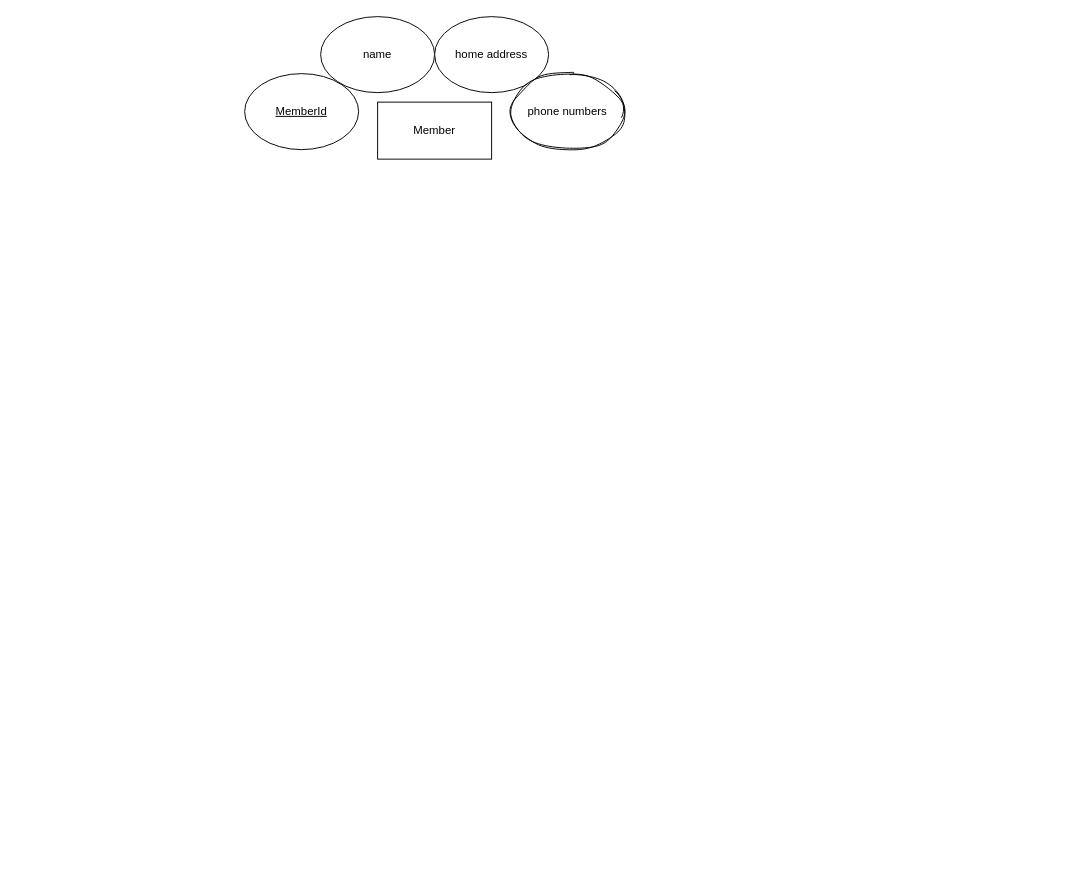
Berat02xz/FINKI-Academic-Journey keeps this draw.io diagram as Databases/Lab2.drawio. Above is the earlier version. Source tidied: cells renumbered, new cells numbered last; positions are measured from the earlier drawing's top-left corner, leaving out a move shared by most shapes. Both pictures are drawn from the tidied source at 95%, with x=0, y=0 at pixel (244, 16).
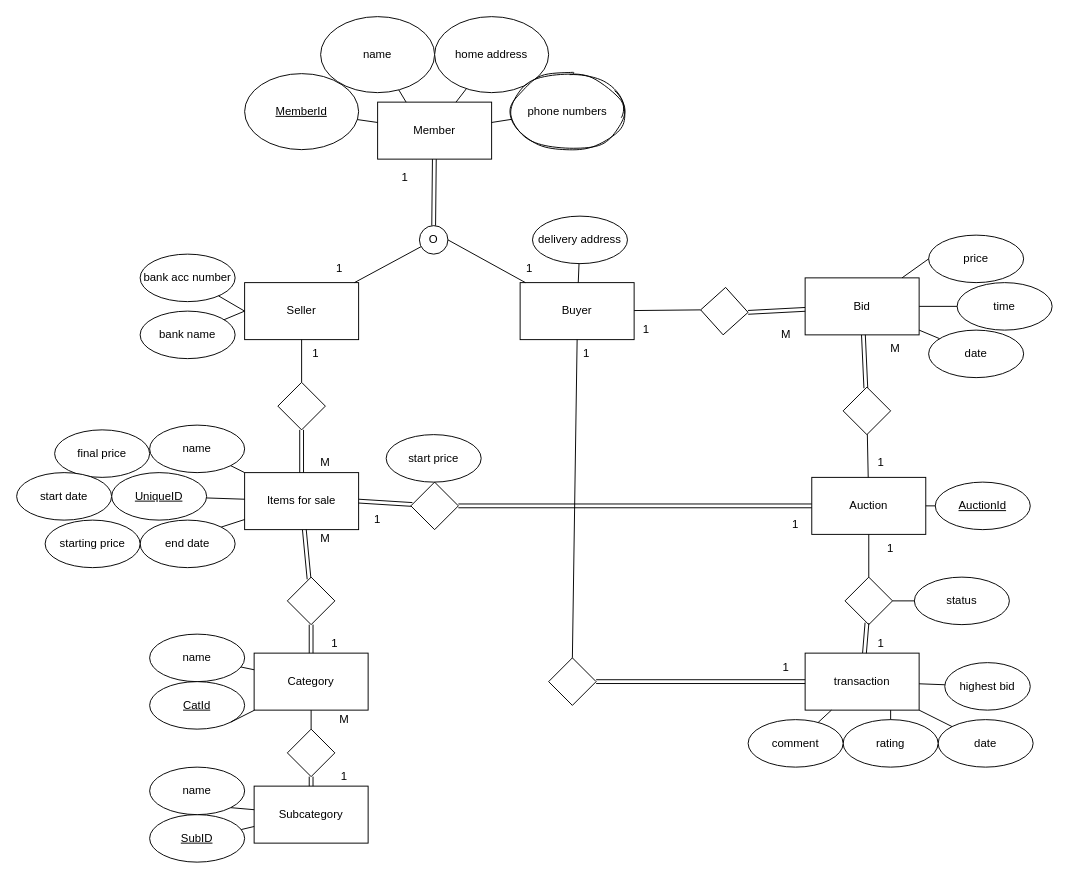
The same page after the edit.

The change refers to these unchanged cells:
```xml
<mxCell id="2" value="Member" style="rounded=0;whiteSpace=wrap;html=1;" parent="1" vertex="1">
  <mxGeometry x="140" y="90" width="120" height="60" as="geometry" />
</mxCell>
<mxCell id="3" value="MemberId" style="ellipse;whiteSpace=wrap;html=1;fontStyle=4;" parent="1" vertex="1">
  <mxGeometry y="60" width="120" height="80" as="geometry" />
</mxCell>
<mxCell id="4" value="name" style="ellipse;whiteSpace=wrap;html=1;" parent="1" vertex="1">
  <mxGeometry x="80" width="120" height="80" as="geometry" />
</mxCell>
<mxCell id="5" value="home address" style="ellipse;whiteSpace=wrap;html=1;" parent="1" vertex="1">
  <mxGeometry x="200" width="120" height="80" as="geometry" />
</mxCell>
<mxCell id="6" value="phone numbers" style="ellipse;whiteSpace=wrap;html=1;sketch=1;curveFitting=1;jiggle=2;" parent="1" vertex="1">
  <mxGeometry x="280" y="60" width="120" height="80" as="geometry" />
</mxCell>
```

Diff of the diagram source:
```diff
@@
+    <mxCell id="7" value="Seller" style="rounded=0;whiteSpace=wrap;html=1;" parent="1" vertex="1">
+      <mxGeometry y="280" width="120" height="60" as="geometry" />
+    </mxCell>
+    <mxCell id="8" value="Buyer" style="rounded=0;whiteSpace=wrap;html=1;" parent="1" vertex="1">
+      <mxGeometry x="290" y="280" width="120" height="60" as="geometry" />
+    </mxCell>
+    <mxCell id="9" style="endArrow=none;html=1;rounded=0;" parent="1" edge="1" source="7" target="10">
+      <mxGeometry relative="1" as="geometry" />
+    </mxCell>
+    <mxCell id="10" value="O" style="ellipse;whiteSpace=wrap;html=1;" parent="1" vertex="1">
+      <mxGeometry x="184" y="220" width="30" height="30" as="geometry" />
+    </mxCell>
+    <mxCell id="11" style="endArrow=none;html=1;rounded=0;exitX=1;exitY=0.5;exitDx=0;exitDy=0;" parent="1" edge="1" source="10" target="8">
+      <mxGeometry relative="1" as="geometry" />
+    </mxCell>
+    <mxCell id="12" style="endArrow=none;html=1;rounded=0;entryX=0.5;entryY=0;entryDx=0;entryDy=0;shape=link;" parent="1" edge="1" source="2" target="10">
+      <mxGeometry relative="1" as="geometry" />
+    </mxCell>
+    <mxCell id="13" value="delivery address" style="ellipse;whiteSpace=wrap;html=1;" parent="1" vertex="1">
+      <mxGeometry x="303" y="210" width="100" height="50" as="geometry" />
+    </mxCell>
+    <mxCell id="14" value="bank acc number" style="ellipse;whiteSpace=wrap;html=1;" parent="1" vertex="1">
+      <mxGeometry x="-110" y="250" width="100" height="50" as="geometry" />
+    </mxCell>
+    <mxCell id="15" value="bank name" style="ellipse;whiteSpace=wrap;html=1;" parent="1" vertex="1">
+      <mxGeometry x="-110" y="310" width="100" height="50" as="geometry" />
+    </mxCell>
+    <mxCell id="16" value="Items for sale" style="rounded=0;whiteSpace=wrap;html=1;" parent="1" vertex="1">
+      <mxGeometry y="480" width="120" height="60" as="geometry" />
+    </mxCell>
+    <mxCell id="17" value="&lt;u&gt;UniqueID&lt;/u&gt;" style="ellipse;whiteSpace=wrap;html=1;" parent="1" vertex="1">
+      <mxGeometry x="-140" y="480" width="100" height="50" as="geometry" />
+    </mxCell>
+    <mxCell id="18" value="name" style="ellipse;whiteSpace=wrap;html=1;" parent="1" vertex="1">
+      <mxGeometry x="-100" y="430" width="100" height="50" as="geometry" />
+    </mxCell>
+    <mxCell id="19" value="end date" style="ellipse;whiteSpace=wrap;html=1;" parent="1" vertex="1">
+      <mxGeometry x="-110" y="530" width="100" height="50" as="geometry" />
+    </mxCell>
+    <mxCell id="20" value="starting price" style="ellipse;whiteSpace=wrap;html=1;" parent="1" vertex="1">
+      <mxGeometry x="-210" y="530" width="100" height="50" as="geometry" />
+    </mxCell>
+    <mxCell id="21" value="final price" style="ellipse;whiteSpace=wrap;html=1;" parent="1" vertex="1">
+      <mxGeometry x="-200" y="435" width="100" height="50" as="geometry" />
+    </mxCell>
+    <mxCell id="22" value="start date" style="ellipse;whiteSpace=wrap;html=1;" parent="1" vertex="1">
+      <mxGeometry x="-240" y="480" width="100" height="50" as="geometry" />
+    </mxCell>
+    <mxCell id="23" value="Subcategory" style="rounded=0;whiteSpace=wrap;html=1;" parent="1" vertex="1">
+      <mxGeometry x="10" y="810" width="120" height="60" as="geometry" />
+    </mxCell>
+    <mxCell id="24" value="&lt;u&gt;SubID&lt;/u&gt;" style="ellipse;whiteSpace=wrap;html=1;" parent="1" vertex="1">
+      <mxGeometry x="-100" y="840" width="100" height="50" as="geometry" />
+    </mxCell>
+    <mxCell id="25" value="name" style="ellipse;whiteSpace=wrap;html=1;" parent="1" vertex="1">
+      <mxGeometry x="-100" y="790" width="100" height="50" as="geometry" />
+    </mxCell>
+    <mxCell id="26" value="Category" style="rounded=0;whiteSpace=wrap;html=1;" parent="1" vertex="1">
+      <mxGeometry x="10" y="670" width="120" height="60" as="geometry" />
+    </mxCell>
+    <mxCell id="27" value="name" style="ellipse;whiteSpace=wrap;html=1;" parent="1" vertex="1">
+      <mxGeometry x="-100" y="650" width="100" height="50" as="geometry" />
+    </mxCell>
+    <mxCell id="28" value="&lt;u&gt;CatId&lt;/u&gt;" style="ellipse;whiteSpace=wrap;html=1;" parent="1" vertex="1">
+      <mxGeometry x="-100" y="700" width="100" height="50" as="geometry" />
+    </mxCell>
+    <mxCell id="29" value="Bid" style="rounded=0;whiteSpace=wrap;html=1;" parent="1" vertex="1">
+      <mxGeometry x="590" y="275" width="120" height="60" as="geometry" />
+    </mxCell>
+    <mxCell id="30" value="price" style="ellipse;whiteSpace=wrap;html=1;" parent="1" vertex="1">
+      <mxGeometry x="720" y="230" width="100" height="50" as="geometry" />
+    </mxCell>
+    <mxCell id="31" value="time" style="ellipse;whiteSpace=wrap;html=1;" parent="1" vertex="1">
+      <mxGeometry x="750" y="280" width="100" height="50" as="geometry" />
+    </mxCell>
+    <mxCell id="32" value="date" style="ellipse;whiteSpace=wrap;html=1;" parent="1" vertex="1">
+      <mxGeometry x="720" y="330" width="100" height="50" as="geometry" />
+    </mxCell>
+    <mxCell id="33" value="Auction" style="rounded=0;whiteSpace=wrap;html=1;" parent="1" vertex="1">
+      <mxGeometry x="597" y="485" width="120" height="60" as="geometry" />
+    </mxCell>
+    <mxCell id="34" value="highest bid" style="ellipse;whiteSpace=wrap;html=1;" parent="1" vertex="1">
+      <mxGeometry x="737" y="680" width="90" height="50" as="geometry" />
+    </mxCell>
+    <mxCell id="35" value="transaction" style="rounded=0;whiteSpace=wrap;html=1;" parent="1" vertex="1">
+      <mxGeometry x="590" y="670" width="120" height="60" as="geometry" />
+    </mxCell>
+    <mxCell id="36" value="date" style="ellipse;whiteSpace=wrap;html=1;" parent="1" vertex="1">
+      <mxGeometry x="730" y="740" width="100" height="50" as="geometry" />
+    </mxCell>
+    <mxCell id="37" value="status" style="ellipse;whiteSpace=wrap;html=1;" parent="1" vertex="1">
+      <mxGeometry x="705" y="590" width="100" height="50" as="geometry" />
+    </mxCell>
+    <mxCell id="38" value="rating" style="ellipse;whiteSpace=wrap;html=1;" parent="1" vertex="1">
+      <mxGeometry x="630" y="740" width="100" height="50" as="geometry" />
+    </mxCell>
+    <mxCell id="39" value="comment" style="ellipse;whiteSpace=wrap;html=1;" parent="1" vertex="1">
+      <mxGeometry x="530" y="740" width="100" height="50" as="geometry" />
+    </mxCell>
+    <mxCell id="40" style="rhombus;whiteSpace=wrap;html=1;rotation=-87;" parent="1" vertex="1">
+      <mxGeometry x="480" y="285" width="50" height="50" as="geometry" />
+    </mxCell>
+    <mxCell id="41" style="endArrow=none;html=1;rounded=0;entryX=0.5;entryY=0;entryDx=0;entryDy=0;" parent="1" edge="1" source="8" target="40">
+      <mxGeometry relative="1" as="geometry" />
+    </mxCell>
+    <mxCell id="42" style="endArrow=none;html=1;rounded=0;exitX=0.5;exitY=1;exitDx=0;exitDy=0;shape=link;" parent="1" edge="1" source="40" target="29">
+      <mxGeometry relative="1" as="geometry" />
+    </mxCell>
+    <mxCell id="43" style="rhombus;whiteSpace=wrap;html=1;" parent="1" vertex="1">
+      <mxGeometry x="632" y="590" width="50" height="50" as="geometry" />
+    </mxCell>
+    <mxCell id="44" style="endArrow=none;html=1;rounded=0;exitX=0.5;exitY=1;exitDx=0;exitDy=0;entryX=0.5;entryY=0;entryDx=0;entryDy=0;" parent="1" edge="1" source="33" target="43">
+      <mxGeometry relative="1" as="geometry" />
+    </mxCell>
+    <mxCell id="45" style="endArrow=none;html=1;rounded=0;shape=link;" parent="1" edge="1" source="35" target="43">
+      <mxGeometry relative="1" as="geometry" />
+    </mxCell>
+    <mxCell id="46" style="endArrow=none;html=1;rounded=0;" parent="1" edge="1" source="33" target="48">
+      <mxGeometry relative="1" as="geometry" />
+    </mxCell>
+    <mxCell id="47" style="endArrow=none;html=1;rounded=0;entryX=0.5;entryY=1;entryDx=0;entryDy=0;exitX=0.5;exitY=0;exitDx=0;exitDy=0;" parent="1" edge="1" source="53" target="7">
+      <mxGeometry relative="1" as="geometry" />
+    </mxCell>
+    <mxCell id="48" style="rhombus;whiteSpace=wrap;html=1;" parent="1" vertex="1">
+      <mxGeometry x="630" y="390" width="50" height="50" as="geometry" />
+    </mxCell>
+    <mxCell id="49" style="endArrow=none;html=1;rounded=0;shape=link;" parent="1" edge="1" source="55" target="26">
+      <mxGeometry relative="1" as="geometry" />
+    </mxCell>
+    <mxCell id="50" style="endArrow=none;html=1;rounded=0;exitX=0.5;exitY=1;exitDx=0;exitDy=0;shape=link;" parent="1" edge="1" source="57" target="23">
+      <mxGeometry relative="1" as="geometry" />
+    </mxCell>
+    <mxCell id="51" style="endArrow=none;html=1;rounded=0;exitX=1;exitY=0.5;exitDx=0;exitDy=0;shape=link;" parent="1" edge="1" source="81" target="33">
+      <mxGeometry relative="1" as="geometry" />
+    </mxCell>
+    <mxCell id="52" style="endArrow=none;html=1;rounded=0;entryX=0.5;entryY=1;entryDx=0;entryDy=0;exitX=0.5;exitY=0;exitDx=0;exitDy=0;shape=link;" parent="1" edge="1" source="16" target="53">
+      <mxGeometry relative="1" as="geometry" />
+    </mxCell>
+    <mxCell id="53" style="rhombus;whiteSpace=wrap;html=1;" parent="1" vertex="1">
+      <mxGeometry x="35" y="385" width="50" height="50" as="geometry" />
+    </mxCell>
+    <mxCell id="54" style="endArrow=none;html=1;rounded=0;shape=link;" parent="1" edge="1" source="16" target="55">
+      <mxGeometry relative="1" as="geometry" />
+    </mxCell>
+    <mxCell id="55" style="rhombus;whiteSpace=wrap;html=1;" parent="1" vertex="1">
+      <mxGeometry x="45" y="590" width="50" height="50" as="geometry" />
+    </mxCell>
+    <mxCell id="56" style="endArrow=none;html=1;rounded=0;exitX=0.5;exitY=1;exitDx=0;exitDy=0;" parent="1" edge="1" source="26" target="57">
+      <mxGeometry relative="1" as="geometry" />
+    </mxCell>
+    <mxCell id="57" style="rhombus;whiteSpace=wrap;html=1;" parent="1" vertex="1">
+      <mxGeometry x="45" y="750" width="50" height="50" as="geometry" />
+    </mxCell>
+    <mxCell id="58" style="endArrow=none;html=1;rounded=0;exitX=0;exitY=0.5;exitDx=0;exitDy=0;" parent="1" edge="1" source="7" target="14">
+      <mxGeometry relative="1" as="geometry" />
+    </mxCell>
+    <mxCell id="59" style="endArrow=none;html=1;rounded=0;exitX=0;exitY=0.5;exitDx=0;exitDy=0;" parent="1" edge="1" source="7" target="15">
+      <mxGeometry relative="1" as="geometry" />
+    </mxCell>
+    <mxCell id="60" style="endArrow=none;html=1;rounded=0;" parent="1" edge="1" source="18" target="16">
+      <mxGeometry relative="1" as="geometry" />
+    </mxCell>
+    <mxCell id="61" style="endArrow=none;html=1;rounded=0;" parent="1" edge="1" source="16" target="17">
+      <mxGeometry relative="1" as="geometry" />
+    </mxCell>
+    <mxCell id="62" style="endArrow=none;html=1;rounded=0;exitX=1;exitY=0;exitDx=0;exitDy=0;" parent="1" edge="1" source="19" target="16">
+      <mxGeometry relative="1" as="geometry" />
+    </mxCell>
+    <mxCell id="63" style="endArrow=none;html=1;rounded=0;" parent="1" edge="1" source="2" target="3">
+      <mxGeometry relative="1" as="geometry" />
+    </mxCell>
+    <mxCell id="64" style="endArrow=none;html=1;rounded=0;entryX=0.25;entryY=0;entryDx=0;entryDy=0;" parent="1" edge="1" source="4" target="2">
+      <mxGeometry relative="1" as="geometry" />
+    </mxCell>
+    <mxCell id="65" style="endArrow=none;html=1;rounded=0;" parent="1" edge="1" source="5" target="2">
+      <mxGeometry relative="1" as="geometry" />
+    </mxCell>
+    <mxCell id="66" style="endArrow=none;html=1;rounded=0;" parent="1" edge="1" source="6" target="2">
+      <mxGeometry relative="1" as="geometry" />
+    </mxCell>
+    <mxCell id="67" style="endArrow=none;html=1;rounded=0;" parent="1" edge="1" source="8" target="13">
+      <mxGeometry relative="1" as="geometry" />
+    </mxCell>
+    <mxCell id="68" style="endArrow=none;html=1;rounded=0;entryX=0;entryY=0.5;entryDx=0;entryDy=0;" parent="1" edge="1" source="29" target="30">
+      <mxGeometry relative="1" as="geometry" />
+    </mxCell>
+    <mxCell id="69" style="endArrow=none;html=1;rounded=0;" parent="1" edge="1" source="29" target="31">
+      <mxGeometry relative="1" as="geometry" />
+    </mxCell>
+    <mxCell id="70" style="endArrow=none;html=1;rounded=0;" parent="1" edge="1" source="29" target="32">
+      <mxGeometry relative="1" as="geometry" />
+    </mxCell>
+    <mxCell id="71" style="endArrow=none;html=1;rounded=0;" parent="1" edge="1" source="35" target="34">
+      <mxGeometry relative="1" as="geometry" />
+    </mxCell>
+    <mxCell id="72" style="endArrow=none;html=1;rounded=0;" parent="1" edge="1" source="43" target="37">
+      <mxGeometry relative="1" as="geometry" />
+    </mxCell>
+    <mxCell id="73" style="endArrow=none;html=1;rounded=0;" parent="1" edge="1" source="35" target="36">
+      <mxGeometry relative="1" as="geometry" />
+    </mxCell>
+    <mxCell id="74" style="endArrow=none;html=1;rounded=0;exitX=0.75;exitY=1;exitDx=0;exitDy=0;" parent="1" edge="1" source="35" target="38">
+      <mxGeometry relative="1" as="geometry" />
+    </mxCell>
+    <mxCell id="75" style="endArrow=none;html=1;rounded=0;" parent="1" edge="1" source="35" target="39">
+      <mxGeometry relative="1" as="geometry" />
+    </mxCell>
+    <mxCell id="76" style="endArrow=none;html=1;rounded=0;" parent="1" edge="1" source="26" target="27">
+      <mxGeometry relative="1" as="geometry" />
+    </mxCell>
+    <mxCell id="77" style="endArrow=none;html=1;rounded=0;exitX=1;exitY=1;exitDx=0;exitDy=0;" parent="1" edge="1" source="28" target="26">
+      <mxGeometry relative="1" as="geometry" />
+    </mxCell>
+    <mxCell id="78" style="endArrow=none;html=1;rounded=0;entryX=1;entryY=1;entryDx=0;entryDy=0;" parent="1" edge="1" source="23" target="25">
+      <mxGeometry relative="1" as="geometry" />
+    </mxCell>
+    <mxCell id="79" style="endArrow=none;html=1;rounded=0;" parent="1" edge="1" source="24" target="23">
+      <mxGeometry relative="1" as="geometry" />
+    </mxCell>
+    <mxCell id="80" style="endArrow=none;html=1;rounded=0;exitX=1;exitY=0.5;exitDx=0;exitDy=0;shape=link;" parent="1" edge="1" source="16" target="81">
+      <mxGeometry relative="1" as="geometry" />
+    </mxCell>
+    <mxCell id="81" style="rhombus;whiteSpace=wrap;html=1;" parent="1" vertex="1">
+      <mxGeometry x="175" y="490" width="50" height="50" as="geometry" />
+    </mxCell>
+    <mxCell id="82" value="start price" style="ellipse;whiteSpace=wrap;html=1;" parent="1" vertex="1">
+      <mxGeometry x="149" y="440" width="100" height="50" as="geometry" />
+    </mxCell>
+    <mxCell id="83" style="endArrow=none;html=1;rounded=0;shape=link;" parent="1" edge="1" source="48" target="29">
+      <mxGeometry relative="1" as="geometry" />
+    </mxCell>
+    <mxCell id="84" style="rhombus;whiteSpace=wrap;html=1;" parent="1" vertex="1">
+      <mxGeometry x="320" y="675" width="50" height="50" as="geometry" />
+    </mxCell>
+    <mxCell id="85" style="endArrow=none;html=1;rounded=0;entryX=0.5;entryY=0;entryDx=0;entryDy=0;exitX=0.5;exitY=1;exitDx=0;exitDy=0;" parent="1" edge="1" source="8" target="84">
+      <mxGeometry relative="1" as="geometry" />
+    </mxCell>
+    <mxCell id="86" style="endArrow=none;html=1;rounded=0;exitX=0;exitY=0.5;exitDx=0;exitDy=0;shape=link;" parent="1" edge="1" source="35" target="84">
+      <mxGeometry relative="1" as="geometry" />
+    </mxCell>
+    <mxCell id="87" value="&lt;u&gt;AuctionId&lt;/u&gt;" style="ellipse;whiteSpace=wrap;html=1;" parent="1" vertex="1">
+      <mxGeometry x="727" y="490" width="100" height="50" as="geometry" />
+    </mxCell>
+    <mxCell id="88" style="endArrow=none;html=1;rounded=0;" parent="1" edge="1" source="33" target="87">
+      <mxGeometry relative="1" as="geometry" />
+    </mxCell>
+    <mxCell id="89" value="1" style="text;html=1;strokeColor=none;fillColor=none;align=center;verticalAlign=middle;whiteSpace=wrap;rounded=0;" parent="1" vertex="1">
+      <mxGeometry x="149" y="160" width="40" height="20" as="geometry" />
+    </mxCell>
+    <mxCell id="90" value="1" style="text;html=1;strokeColor=none;fillColor=none;align=center;verticalAlign=middle;whiteSpace=wrap;rounded=0;" parent="1" vertex="1">
+      <mxGeometry x="80" y="255" width="40" height="20" as="geometry" />
+    </mxCell>
+    <mxCell id="91" value="1" style="text;html=1;strokeColor=none;fillColor=none;align=center;verticalAlign=middle;whiteSpace=wrap;rounded=0;" parent="1" vertex="1">
+      <mxGeometry x="280" y="255" width="40" height="20" as="geometry" />
+    </mxCell>
+    <mxCell id="92" value="1" style="text;html=1;strokeColor=none;fillColor=none;align=center;verticalAlign=middle;whiteSpace=wrap;rounded=0;" parent="1" vertex="1">
+      <mxGeometry x="55" y="345" width="40" height="20" as="geometry" />
+    </mxCell>
+    <mxCell id="93" value="M" style="text;html=1;strokeColor=none;fillColor=none;align=center;verticalAlign=middle;whiteSpace=wrap;rounded=0;" parent="1" vertex="1">
+      <mxGeometry x="65" y="460" width="40" height="20" as="geometry" />
+    </mxCell>
+    <mxCell id="94" value="M" style="text;html=1;strokeColor=none;fillColor=none;align=center;verticalAlign=middle;whiteSpace=wrap;rounded=0;" parent="1" vertex="1">
+      <mxGeometry x="65" y="540" width="40" height="20" as="geometry" />
+    </mxCell>
+    <mxCell id="95" value="1" style="text;html=1;strokeColor=none;fillColor=none;align=center;verticalAlign=middle;whiteSpace=wrap;rounded=0;" parent="1" vertex="1">
+      <mxGeometry x="75" y="650" width="40" height="20" as="geometry" />
+    </mxCell>
+    <mxCell id="96" value="M" style="text;html=1;strokeColor=none;fillColor=none;align=center;verticalAlign=middle;whiteSpace=wrap;rounded=0;" parent="1" vertex="1">
+      <mxGeometry x="85" y="730" width="40" height="20" as="geometry" />
+    </mxCell>
+    <mxCell id="97" value="1" style="text;html=1;strokeColor=none;fillColor=none;align=center;verticalAlign=middle;whiteSpace=wrap;rounded=0;" parent="1" vertex="1">
+      <mxGeometry x="85" y="790" width="40" height="20" as="geometry" />
+    </mxCell>
+    <mxCell id="98" value="1" style="text;html=1;strokeColor=none;fillColor=none;align=center;verticalAlign=middle;whiteSpace=wrap;rounded=0;" parent="1" vertex="1">
+      <mxGeometry x="120" y="520" width="40" height="20" as="geometry" />
+    </mxCell>
+    <mxCell id="99" value="1" style="text;html=1;strokeColor=none;fillColor=none;align=center;verticalAlign=middle;whiteSpace=wrap;rounded=0;" parent="1" vertex="1">
+      <mxGeometry x="560" y="525" width="40" height="20" as="geometry" />
+    </mxCell>
+    <mxCell id="100" value="1" style="text;html=1;strokeColor=none;fillColor=none;align=center;verticalAlign=middle;whiteSpace=wrap;rounded=0;" parent="1" vertex="1">
+      <mxGeometry x="650" y="460" width="40" height="20" as="geometry" />
+    </mxCell>
+    <mxCell id="101" value="M" style="text;html=1;strokeColor=none;fillColor=none;align=center;verticalAlign=middle;whiteSpace=wrap;rounded=0;" parent="1" vertex="1">
+      <mxGeometry x="665" y="340" width="40" height="20" as="geometry" />
+    </mxCell>
+    <mxCell id="102" value="M" style="text;html=1;strokeColor=none;fillColor=none;align=center;verticalAlign=middle;whiteSpace=wrap;rounded=0;" parent="1" vertex="1">
+      <mxGeometry x="550" y="325" width="40" height="20" as="geometry" />
+    </mxCell>
+    <mxCell id="103" value="1" style="text;html=1;strokeColor=none;fillColor=none;align=center;verticalAlign=middle;whiteSpace=wrap;rounded=0;" parent="1" vertex="1">
+      <mxGeometry x="403" y="320" width="40" height="20" as="geometry" />
+    </mxCell>
+    <mxCell id="104" value="1" style="text;html=1;strokeColor=none;fillColor=none;align=center;verticalAlign=middle;whiteSpace=wrap;rounded=0;" parent="1" vertex="1">
+      <mxGeometry x="660" y="550" width="40" height="20" as="geometry" />
+    </mxCell>
+    <mxCell id="105" value="1" style="text;html=1;strokeColor=none;fillColor=none;align=center;verticalAlign=middle;whiteSpace=wrap;rounded=0;" parent="1" vertex="1">
+      <mxGeometry x="650" y="650" width="40" height="20" as="geometry" />
+    </mxCell>
+    <mxCell id="106" value="1" style="text;html=1;strokeColor=none;fillColor=none;align=center;verticalAlign=middle;whiteSpace=wrap;rounded=0;" parent="1" vertex="1">
+      <mxGeometry x="550" y="675" width="40" height="20" as="geometry" />
+    </mxCell>
+    <mxCell id="107" value="1" style="text;html=1;strokeColor=none;fillColor=none;align=center;verticalAlign=middle;whiteSpace=wrap;rounded=0;" parent="1" vertex="1">
+      <mxGeometry x="340" y="345" width="40" height="20" as="geometry" />
+    </mxCell>
```
